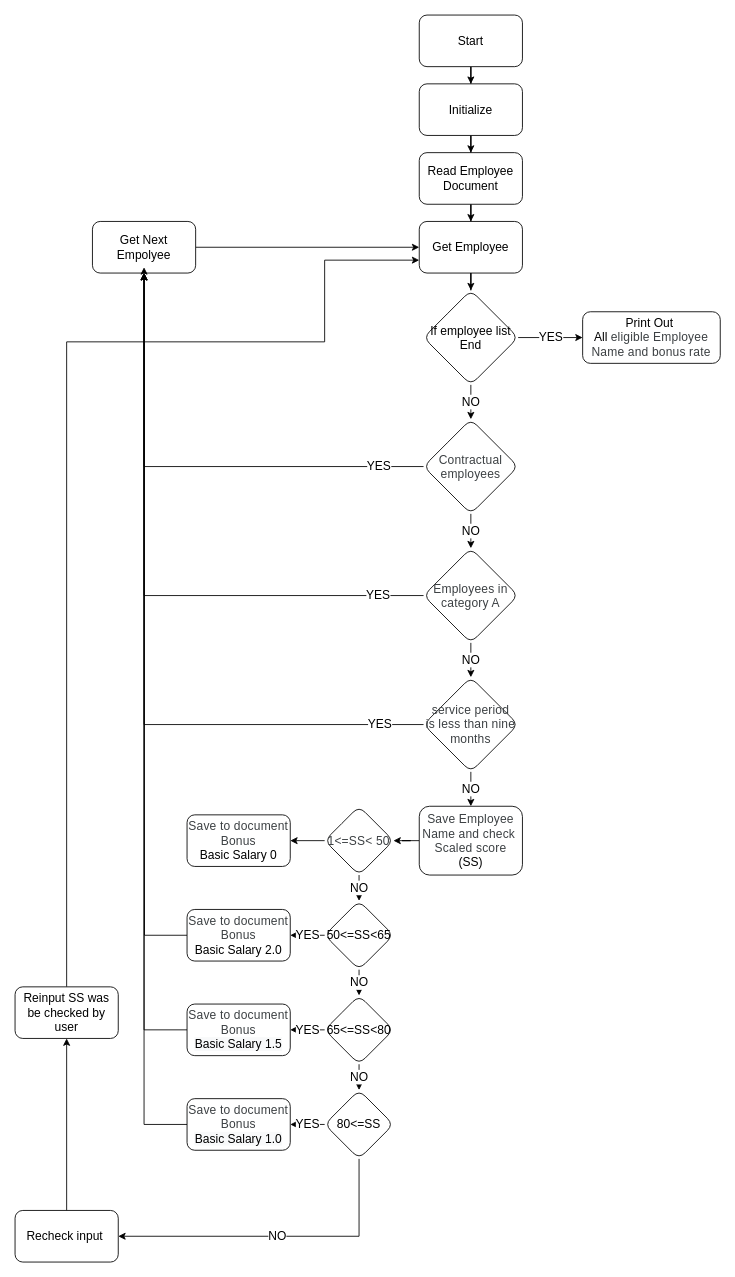
Earlier version of the draw.io diagram Final Exam part 1.drawio (ricotrannguyen/Algorithm). Source tidied: cells renumbered, new cells numbered last; positions are measured from the earlier drawing's top-left corner, leaving out a move shared by most shapes. Both pictures are drawn from the tidied source at 86%, with x=0, y=0 at pixel (15, 15).
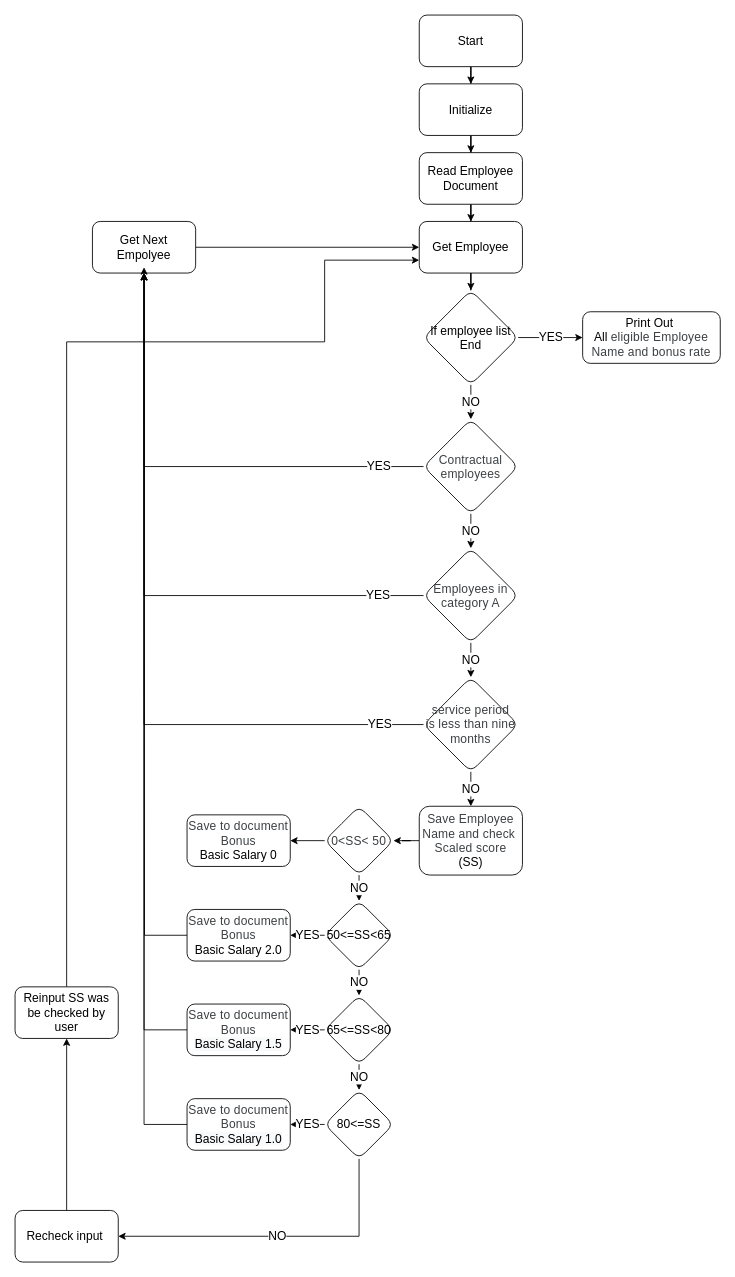
The same page after the edit.

Diff of the diagram source:
```diff
@@
-    <mxCell id="29" value="&lt;font color=&quot;#3c4043&quot; style=&quot;font-size: 14px&quot;&gt;&lt;span style=&quot;font-size: 14px ; letter-spacing: 0.2px&quot;&gt;1&amp;lt;=SS&amp;lt; 50&lt;/span&gt;&lt;/font&gt;" style="rhombus;whiteSpace=wrap;html=1;rounded=1;fontFamily=Helvetica;fontStyle=0;verticalAlign=middle;fontSize=14;" parent="1" vertex="1">
+    <mxCell id="29" value="&lt;font color=&quot;#3c4043&quot; style=&quot;font-size: 14px&quot;&gt;&lt;span style=&quot;font-size: 14px ; letter-spacing: 0.2px&quot;&gt;0&amp;lt;SS&amp;lt; 50&lt;/span&gt;&lt;/font&gt;" style="rhombus;whiteSpace=wrap;html=1;rounded=1;fontFamily=Helvetica;fontStyle=0;verticalAlign=middle;fontSize=14;" parent="1" vertex="1">
       <mxGeometry x="360" y="920" width="80" height="80" as="geometry" />
     </mxCell>
```
